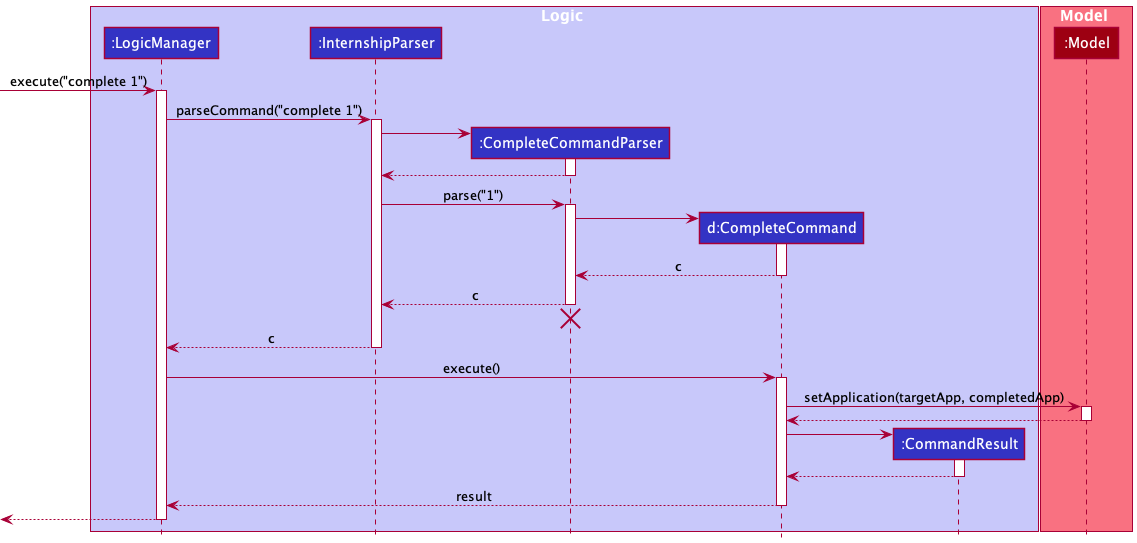
The PlantUML diagram docs/images/umldiagrams/CompleteSequenceDiagram.png in tianyue58/tp, before a commit. Source of this version:
```plantuml
@startuml
!include style.puml

box Logic LOGIC_COLOR_T1
participant ":LogicManager" as LogicManager LOGIC_COLOR
participant ":InternshipParser" as InternshipParser LOGIC_COLOR
participant ":CompleteCommandParser" as CompleteCommandParser LOGIC_COLOR
participant "d:CompleteCommand" as CompleteCommand LOGIC_COLOR
participant ":CommandResult" as CommandResult LOGIC_COLOR
end box

box Model MODEL_COLOR_T1
participant ":Model" as Model MODEL_COLOR
end box

[-> LogicManager : execute("complete 1")
activate LogicManager

LogicManager -> InternshipParser : parseCommand("complete 1")
activate InternshipParser

create CompleteCommandParser
InternshipParser -> CompleteCommandParser
activate CompleteCommandParser

CompleteCommandParser --> InternshipParser
deactivate CompleteCommandParser

InternshipParser -> CompleteCommandParser : parse("1")
activate CompleteCommandParser

create CompleteCommand
CompleteCommandParser -> CompleteCommand
activate CompleteCommand

CompleteCommand --> CompleteCommandParser : c
deactivate CompleteCommand

CompleteCommandParser --> InternshipParser : c
deactivate CompleteCommandParser
CompleteCommandParser -[hidden]-> InternshipParser
destroy CompleteCommandParser

InternshipParser --> LogicManager : c
deactivate InternshipParser

LogicManager -> CompleteCommand : execute()
activate CompleteCommand

CompleteCommand -> Model : setApplication(targetApp, completedApp)
activate Model

Model --> CompleteCommand
deactivate Model

create CommandResult
CompleteCommand -> CommandResult
activate CommandResult

CommandResult --> CompleteCommand
deactivate CommandResult

CompleteCommand --> LogicManager : result
deactivate CompleteCommand

[<--LogicManager
deactivate LogicManager
@enduml
```
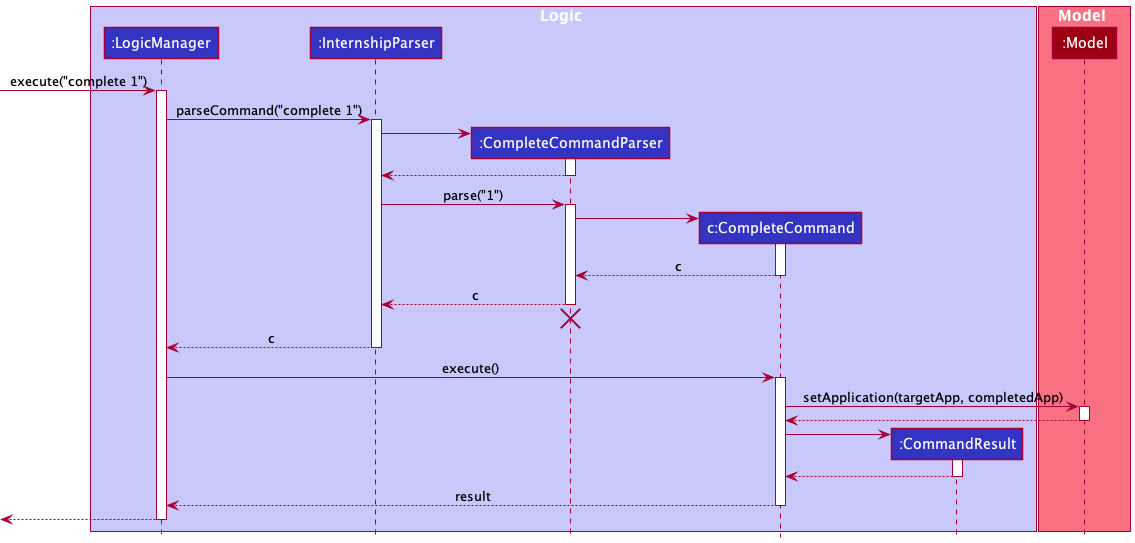
After the commit.

Diff of the diagram source:
```diff
@@ -5,7 +5,7 @@
 participant ":LogicManager" as LogicManager LOGIC_COLOR
 participant ":InternshipParser" as InternshipParser LOGIC_COLOR
 participant ":CompleteCommandParser" as CompleteCommandParser LOGIC_COLOR
-participant "d:CompleteCommand" as CompleteCommand LOGIC_COLOR
+participant "c:CompleteCommand" as CompleteCommand LOGIC_COLOR
 participant ":CommandResult" as CommandResult LOGIC_COLOR
 end box
 
```
